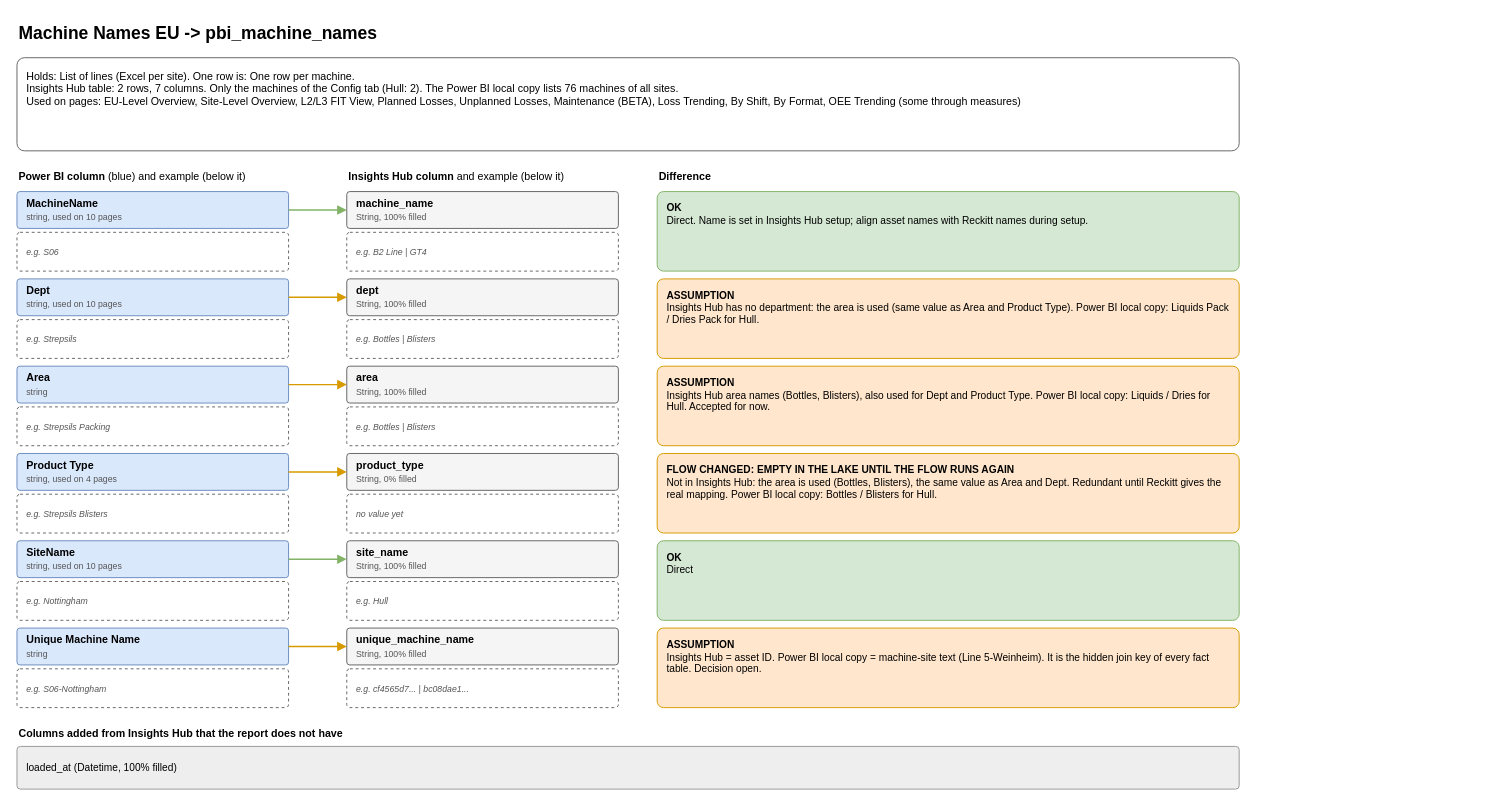
The draw.io diagram page "2 Machine Names EU" (2 of 8) of diagrams/powerbi-data-map.drawio in AbiyyuMufti/SIH-IBMX-R, before the edit. Source tidied: cells renumbered, new cells numbered last; positions are measured from the earlier drawing's top-left corner, leaving out a move shared by most shapes. Both pictures are drawn from the tidied source at 97%, with x=0, y=0 at pixel (16, 16).
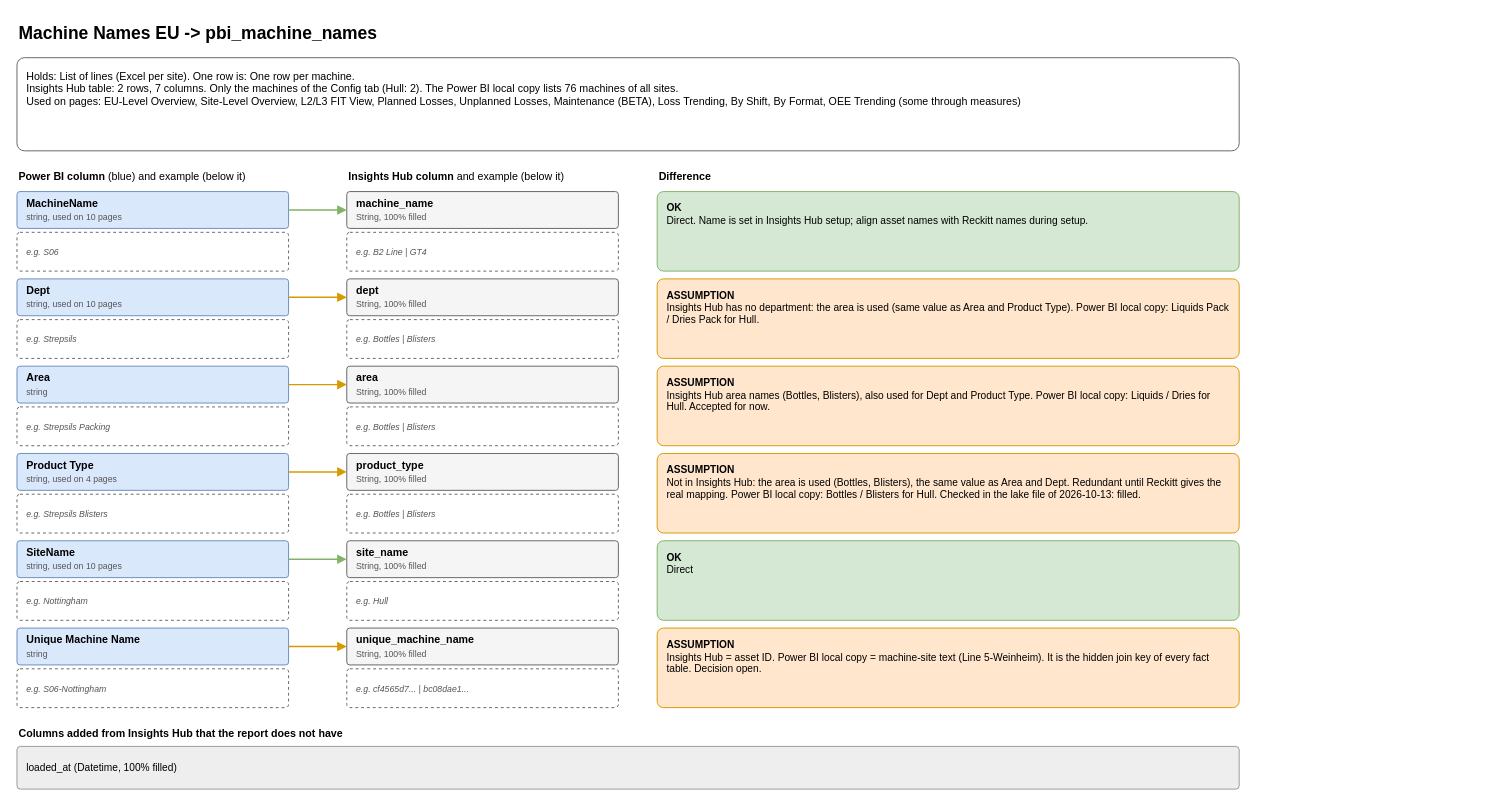
Above is the later version.

Commit message (it also covers changes not shown here):
Diagram: product_type checked in the lake file after the VFC run

The edit, as a diff of the source:
```diff
@@
-    <mxCell id="27" value="&lt;b&gt;product_type&lt;/b&gt;&lt;br&gt;&lt;font style=&quot;font-size:9px&quot; color=&quot;#555555&quot;&gt;String, 0% filled&lt;/font&gt;" style="rounded=1;whiteSpace=wrap;html=1;align=left;verticalAlign=middle;spacingLeft=8;spacingRight=6;spacingTop=2;spacingBottom=2;fontSize=11;arcSize=8;fillColor=#f5f5f5;strokeColor=#666666;" parent="1" vertex="1">
+    <mxCell id="27" value="&lt;b&gt;product_type&lt;/b&gt;&lt;br&gt;&lt;font style=&quot;font-size:9px&quot; color=&quot;#555555&quot;&gt;String, 100% filled&lt;/font&gt;" style="rounded=1;whiteSpace=wrap;html=1;align=left;verticalAlign=middle;spacingLeft=8;spacingRight=6;spacingTop=2;spacingBottom=2;fontSize=11;arcSize=8;fillColor=#f5f5f5;strokeColor=#666666;" parent="1" vertex="1">
       <mxGeometry x="340" y="450" width="280" height="38" as="geometry" />
     </mxCell>
-    <mxCell id="28" value="&lt;font style=&quot;font-size:9px&quot; color=&quot;#555555&quot;&gt;no value yet&lt;/font&gt;" style="rounded=1;whiteSpace=wrap;html=1;align=left;verticalAlign=middle;spacingLeft=8;spacingRight=6;spacingTop=2;spacingBottom=2;fontSize=11;arcSize=8;fillColor=#ffffff;strokeColor=#666666;dashed=1;fontStyle=2;" parent="1" vertex="1">
+    <mxCell id="28" value="&lt;font style=&quot;font-size:9px&quot; color=&quot;#555555&quot;&gt;e.g. Bottles | Blisters&lt;/font&gt;" style="rounded=1;whiteSpace=wrap;html=1;align=left;verticalAlign=middle;spacingLeft=8;spacingRight=6;spacingTop=2;spacingBottom=2;fontSize=11;arcSize=8;fillColor=#ffffff;strokeColor=#666666;dashed=1;fontStyle=2;" parent="1" vertex="1">
       <mxGeometry x="340" y="492" width="280" height="40" as="geometry" />
     </mxCell>
@@
-    <mxCell id="30" value="&lt;b&gt;FLOW CHANGED: EMPTY IN THE LAKE UNTIL THE FLOW RUNS AGAIN&lt;/b&gt;&lt;br&gt;Not in Insights Hub: the area is used (Bottles, Blisters), the same value as Area and Dept. Redundant until Reckitt gives the real mapping. Power BI local copy: Bottles / Blisters for Hull." style="rounded=1;whiteSpace=wrap;html=1;align=left;verticalAlign=middle;spacingLeft=8;spacingRight=6;spacingTop=2;spacingBottom=2;fontSize=11;arcSize=8;fillColor=#ffe6cc;strokeColor=#d79b00;verticalAlign=top;spacingTop=4;fontSize=10.5;" parent="1" vertex="1">
+    <mxCell id="30" value="&lt;b&gt;ASSUMPTION&lt;/b&gt;&lt;br&gt;Not in Insights Hub: the area is used (Bottles, Blisters), the same value as Area and Dept. Redundant until Reckitt gives the real mapping. Power BI local copy: Bottles / Blisters for Hull. Checked in the lake file of 2026-10-13: filled." style="rounded=1;whiteSpace=wrap;html=1;align=left;verticalAlign=middle;spacingLeft=8;spacingRight=6;spacingTop=2;spacingBottom=2;fontSize=11;arcSize=8;fillColor=#ffe6cc;strokeColor=#d79b00;verticalAlign=top;spacingTop=4;fontSize=10.5;" parent="1" vertex="1">
       <mxGeometry x="660" y="450" width="600" height="82" as="geometry" />
     </mxCell>
```
